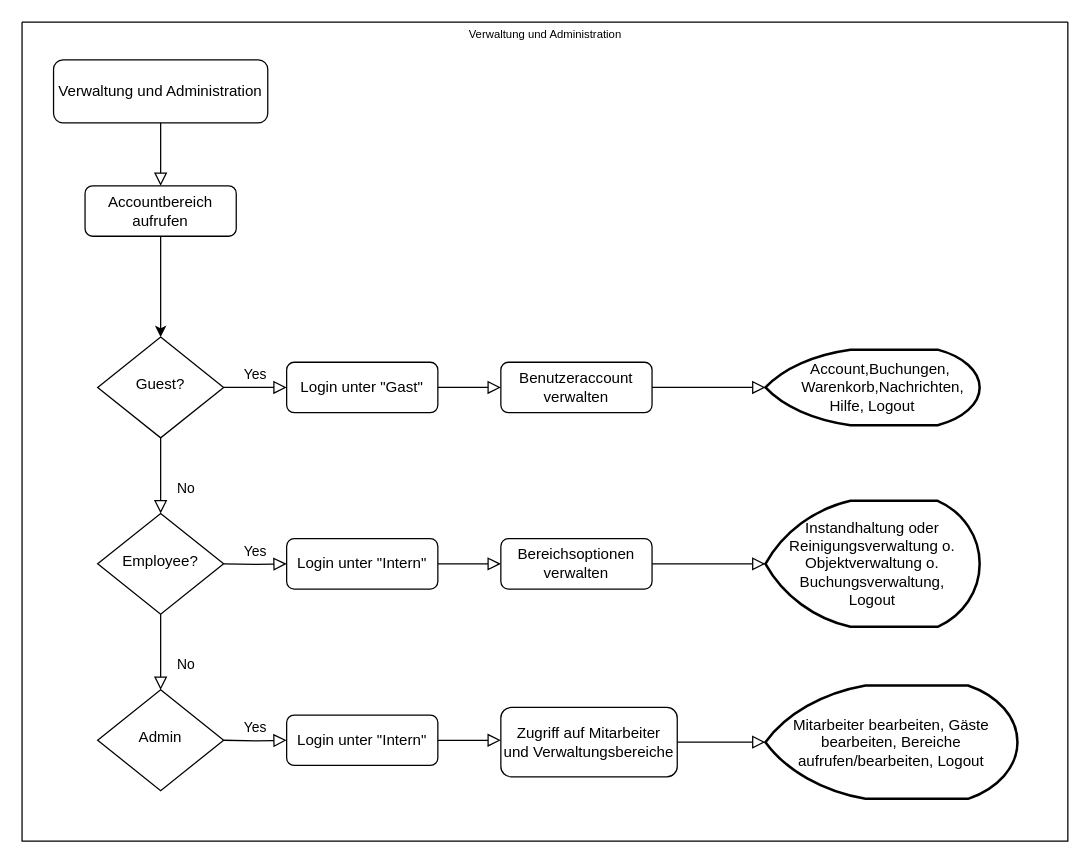
Above: ProjektdateienDatenbank/FlowCharts/Verwaltung_Administration.drawio in hatta137/sunshineparks (draw.io), before the change. Source tidied: cells renumbered, new cells numbered last; positions are measured from the earlier drawing's top-left corner, leaving out a move shared by most shapes. Both pictures are drawn from the tidied source at 126%, with x=0, y=0 at pixel (21, 21).
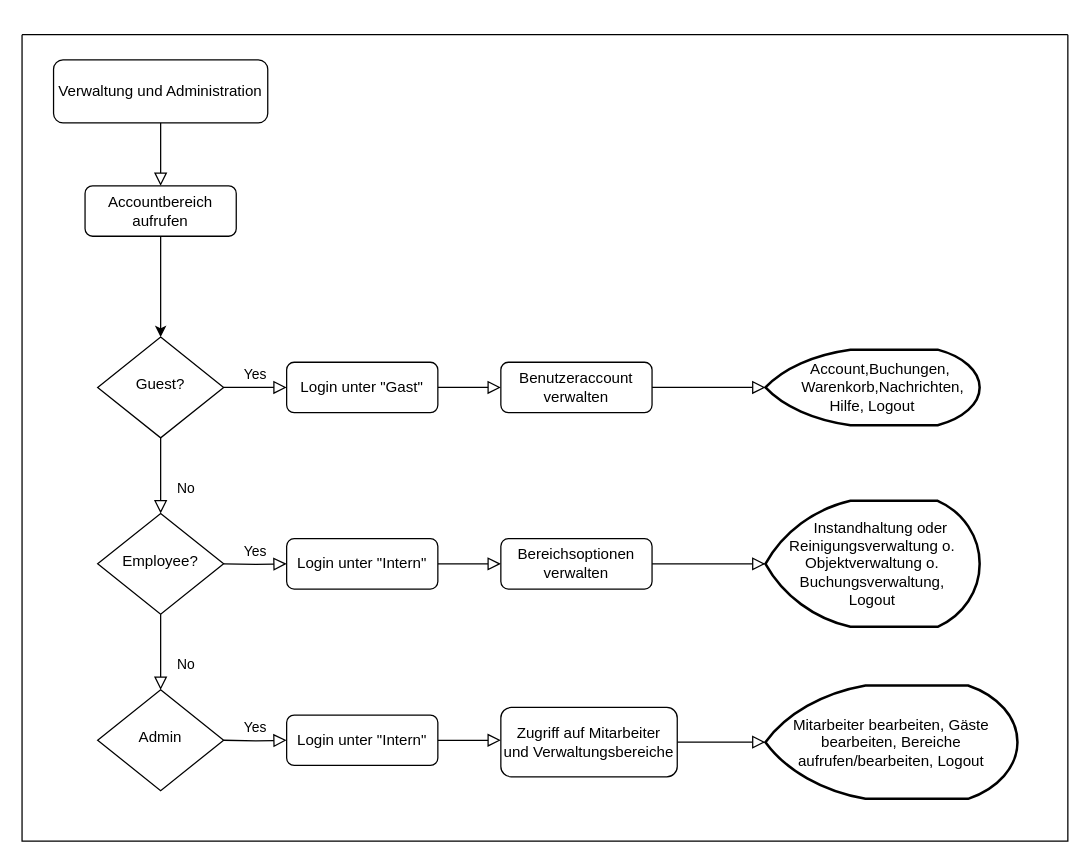
The same page after the edit.

Diff of the diagram source:
```diff
@@
-    <mxCell id="25" value="Instandhaltung oder&lt;br&gt;Reinigungsverwaltung o.&lt;br&gt;Objektverwaltung o.&lt;br&gt;Buchungsverwaltung,&lt;br&gt;Logout" style="strokeWidth=2;html=1;shape=mxgraph.flowchart.display;whiteSpace=wrap;align=center;" parent="1" vertex="1">
+    <mxCell id="25" value="&amp;nbsp; &amp;nbsp; Instandhaltung oder&lt;br&gt;Reinigungsverwaltung o.&lt;br&gt;Objektverwaltung o.&lt;br&gt;Buchungsverwaltung,&lt;br&gt;Logout" style="strokeWidth=2;html=1;shape=mxgraph.flowchart.display;whiteSpace=wrap;align=center;" parent="1" vertex="1">
       <mxGeometry x="590" y="380" width="170" height="100" as="geometry" />
     </mxCell>
@@
     <mxCell id="29" style="swimlane;startSize=0;fontSize=10;" parent="1" vertex="1">
-      <mxGeometry width="830" height="650" as="geometry" />
+      <mxGeometry y="10" width="830" height="640" as="geometry" />
     </mxCell>
-    <mxCell id="30" value="Verwaltung und Administration" style="text;html=1;align=center;verticalAlign=middle;strokeColor=none;fillColor=none;fontSize=9;" parent="29" vertex="1">
-      <mxGeometry x="345" width="140" height="20" as="geometry" />
-    </mxCell>
```
